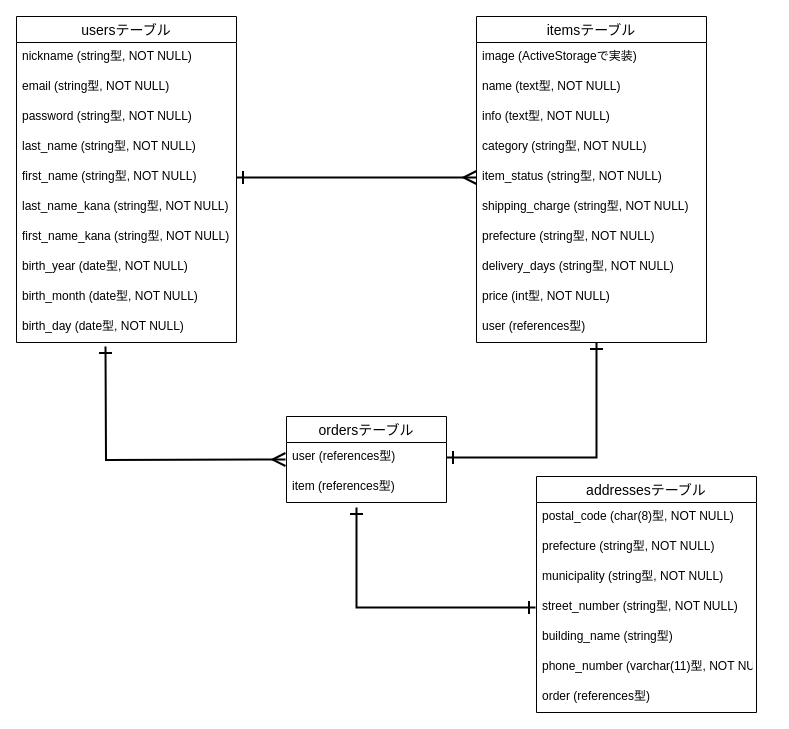
hardyhoshi/furima-33004 keeps this draw.io diagram as ER.dio. Above is the earlier version. Source tidied: cells renumbered, new cells numbered last; positions are measured from the earlier drawing's top-left corner, leaving out a move shared by most shapes. Both pictures are drawn from the tidied source at 100%, with x=0, y=0 at pixel (16, 16).
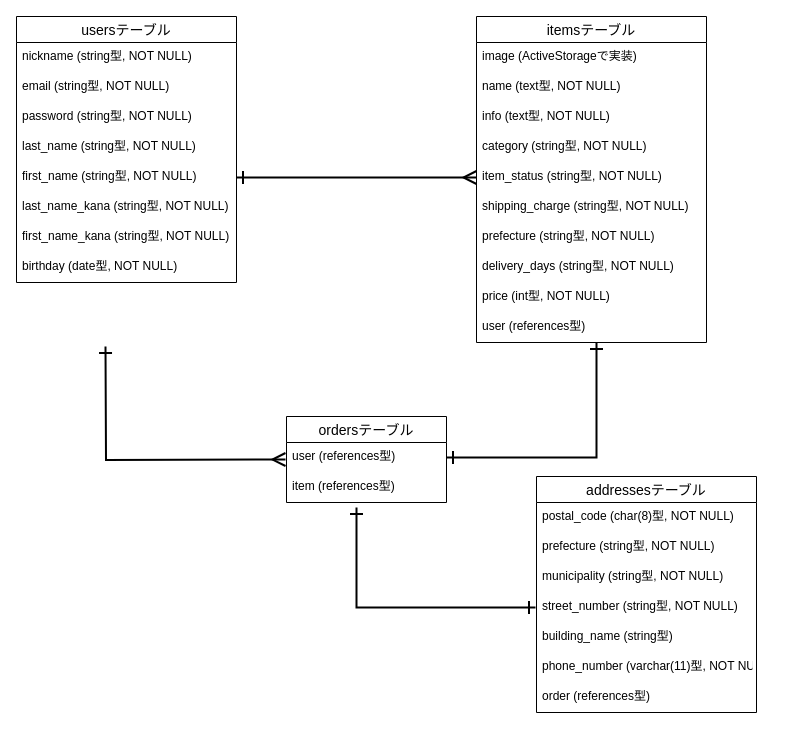
After the change.

Commit message (it also covers changes not shown here):
ER図修正・READMEの見た目を整える

Change to the diagram source:
```diff
@@
     <mxCell id="2" value="usersテーブル" style="swimlane;fontStyle=0;horizontal=1;startSize=26;align=center;fontSize=14;" parent="1" vertex="1">
-      <mxGeometry width="220" height="326" as="geometry" />
+      <mxGeometry width="220" height="266" as="geometry" />
     </mxCell>
@@
-    <mxCell id="10" value="birth_year (date型, NOT NULL)" style="text;strokeColor=none;fillColor=none;spacingLeft=4;spacingRight=4;overflow=hidden;fontSize=12;" parent="2" vertex="1">
+    <mxCell id="10" value="birthday (date型, NOT NULL)" style="text;strokeColor=none;fillColor=none;spacingLeft=4;spacingRight=4;overflow=hidden;fontSize=12;" parent="2" vertex="1">
       <mxGeometry y="236" width="220" height="30" as="geometry" />
     </mxCell>
-    <mxCell id="11" value="birth_month (date型, NOT NULL)" style="text;strokeColor=none;fillColor=none;spacingLeft=4;spacingRight=4;overflow=hidden;fontSize=12;" parent="2" vertex="1">
-      <mxGeometry y="266" width="220" height="30" as="geometry" />
-    </mxCell>
-    <mxCell id="12" value="birth_day (date型, NOT NULL)" style="text;strokeColor=none;fillColor=none;spacingLeft=4;spacingRight=4;overflow=hidden;fontSize=12;" parent="2" vertex="1">
-      <mxGeometry y="296" width="220" height="30" as="geometry" />
-    </mxCell>
```
